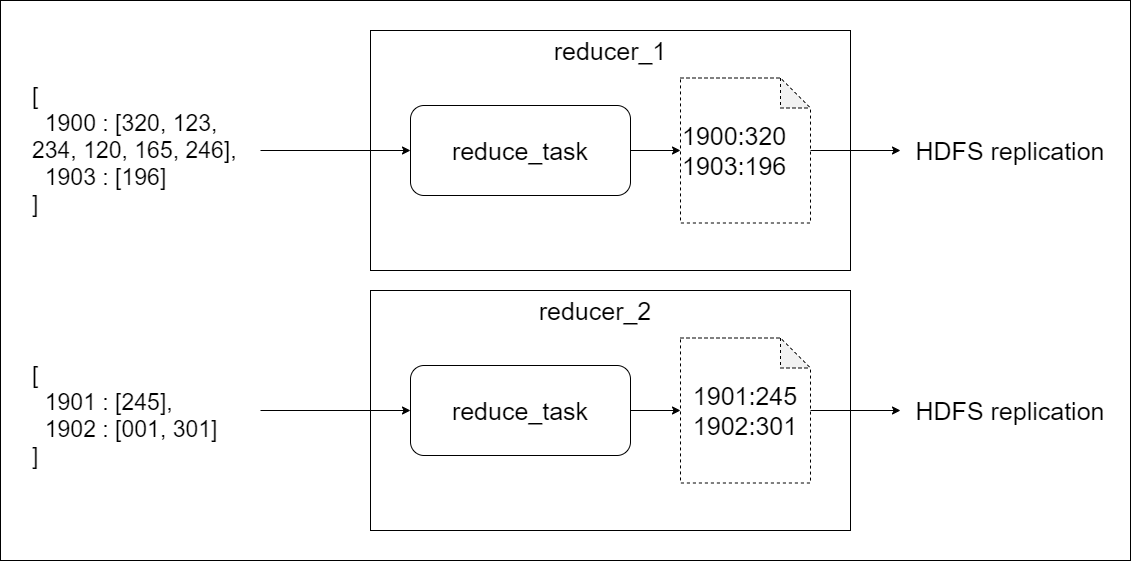
Above: lessons/img/map reduce/map reduce reduce.png in HealerMikado/panorama_big_data_2021 (draw.io), before the change. Source tidied: cells renumbered, new cells last; positions are measured from the earlier drawing's top-left corner, leaving out a move shared by most shapes.
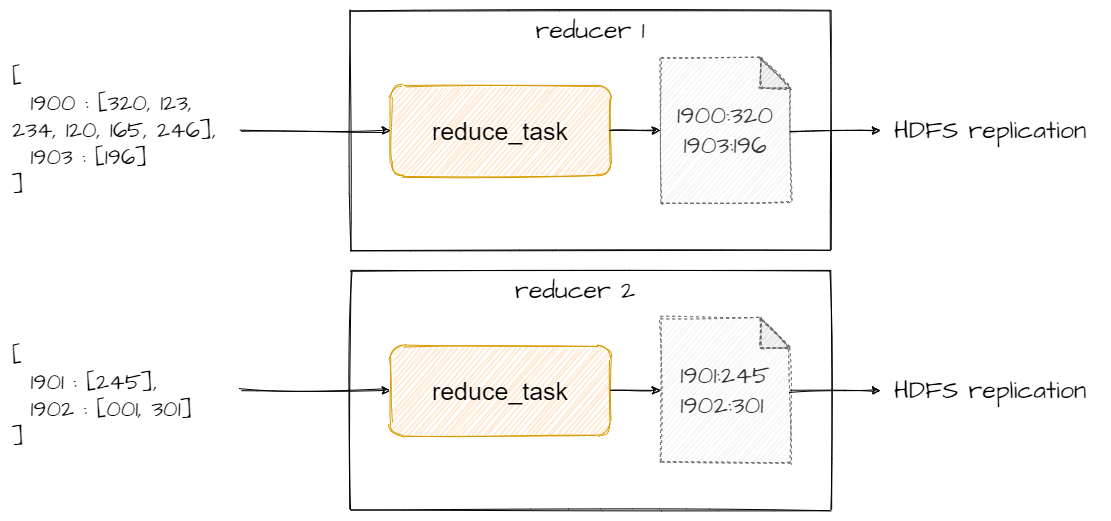
Above is the later version.

Diff of the diagram source:
```diff
@@ -2,64 +2,61 @@
   <root>
     <mxCell id="0" />
     <mxCell id="1" parent="0" />
-    <mxCell id="2" style="rounded=0;whiteSpace=wrap;html=1;fillColor=none;" parent="1" vertex="1">
-      <mxGeometry width="1130" height="560" as="geometry" />
-    </mxCell>
-    <mxCell id="3" style="rounded=0;whiteSpace=wrap;html=1;fillColor=none;" parent="1" vertex="1">
-      <mxGeometry x="370" y="30" width="480" height="240" as="geometry" />
-    </mxCell>
+    <mxCell id="21" style="rounded=0;whiteSpace=wrap;html=1;fillColor=none;sketch=1;" parent="1" vertex="1">
+      <mxGeometry x="370" y="30" width="480" height="240" as="geometry" />
+    </mxCell>
-    <mxCell id="4" value="&lt;font style=&quot;font-size: 23px&quot;&gt;[&lt;br&gt;&lt;div&gt;&lt;span&gt;&amp;nbsp; 1900 : [320, 123, 234, 120, 165, 246],&lt;/span&gt;&lt;span&gt;&amp;nbsp;&lt;/span&gt;&lt;/div&gt;&amp;nbsp; 1903 : [196]&lt;br&gt;&lt;span&gt;]&lt;/span&gt;&lt;br&gt;&lt;/font&gt;" style="text;html=1;strokeColor=none;fillColor=none;align=left;verticalAlign=middle;whiteSpace=wrap;rounded=0;" parent="1" vertex="1">
+    <mxCell id="4" value="&lt;font style=&quot;font-size: 23px&quot;&gt;[&lt;br&gt;&lt;div&gt;&lt;span&gt;&amp;nbsp; 1900 : [320, 123, 234, 120, 165, 246],&lt;/span&gt;&lt;span&gt;&amp;nbsp;&lt;/span&gt;&lt;/div&gt;&amp;nbsp; 1903 : [196]&lt;br&gt;&lt;span&gt;]&lt;/span&gt;&lt;br&gt;&lt;/font&gt;" style="text;html=1;strokeColor=none;fillColor=none;align=left;verticalAlign=middle;whiteSpace=wrap;rounded=0;fontFamily=Architects Daughter;" parent="1" vertex="1">
       <mxGeometry x="30" y="40" width="230" height="220" as="geometry" />
     </mxCell>
-    <mxCell id="5" value="&lt;div&gt;&lt;span style=&quot;font-size: 23px&quot;&gt;[&lt;/span&gt;&lt;/div&gt;&lt;div&gt;&lt;span style=&quot;font-size: 23px&quot;&gt;&amp;nbsp; 1901 : [245],&lt;/span&gt;&lt;/div&gt;&lt;span style=&quot;font-size: 23px&quot;&gt;&amp;nbsp; 1902 : [001, 301]&lt;/span&gt;&lt;span style=&quot;font-size: 23px&quot;&gt;&lt;br&gt;&lt;/span&gt;&lt;div style=&quot;font-size: 23px&quot;&gt;]&lt;/div&gt;" style="text;html=1;strokeColor=none;fillColor=none;align=left;verticalAlign=middle;whiteSpace=wrap;rounded=0;" parent="1" vertex="1">
+    <mxCell id="5" value="&lt;div&gt;&lt;span style=&quot;font-size: 23px&quot;&gt;[&lt;/span&gt;&lt;/div&gt;&lt;div&gt;&lt;span style=&quot;font-size: 23px&quot;&gt;&amp;nbsp; 1901 : [245],&lt;/span&gt;&lt;/div&gt;&lt;span style=&quot;font-size: 23px&quot;&gt;&amp;nbsp; 1902 : [001, 301]&lt;/span&gt;&lt;span style=&quot;font-size: 23px&quot;&gt;&lt;br&gt;&lt;/span&gt;&lt;div style=&quot;font-size: 23px&quot;&gt;]&lt;/div&gt;" style="text;html=1;strokeColor=none;fillColor=none;align=left;verticalAlign=middle;whiteSpace=wrap;rounded=0;fontFamily=Architects Daughter;" parent="1" vertex="1">
       <mxGeometry x="30" y="360" width="290" height="110" as="geometry" />
     </mxCell>
-    <mxCell id="6" value="&lt;font style=&quot;font-size: 25px&quot;&gt;reduce_task&lt;/font&gt;" style="rounded=1;whiteSpace=wrap;html=1;fillColor=none;" parent="1" vertex="1">
-      <mxGeometry x="410" y="105" width="220" height="90" as="geometry" />
-    </mxCell>
+    <mxCell id="22" value="&lt;font style=&quot;font-size: 25px&quot;&gt;reduce_task&lt;/font&gt;" style="rounded=1;whiteSpace=wrap;html=1;fillColor=#ffe6cc;sketch=1;strokeColor=#d79b00;" parent="1" vertex="1">
+      <mxGeometry x="410" y="105" width="220" height="90" as="geometry" />
+    </mxCell>
-    <mxCell id="7" value="&lt;font style=&quot;font-size: 25px&quot;&gt;1900:320&lt;br&gt;1903:196&lt;br&gt;&lt;/font&gt;" style="shape=note;whiteSpace=wrap;html=1;backgroundOutline=1;darkOpacity=0.05;fillColor=none;dashed=1;align=left;" parent="1" vertex="1">
+    <mxCell id="7" value="&lt;div style=&quot;&quot;&gt;&lt;span style=&quot;font-size: 25px&quot;&gt;1900:320&lt;/span&gt;&lt;/div&gt;&lt;div style=&quot;&quot;&gt;&lt;span style=&quot;font-size: 25px&quot;&gt;1903:196&lt;/span&gt;&lt;/div&gt;" style="shape=note;whiteSpace=wrap;html=1;backgroundOutline=1;darkOpacity=0.05;fillColor=#f5f5f5;dashed=1;align=center;sketch=1;strokeColor=#666666;fontColor=#333333;fontFamily=Architects Daughter;" parent="1" vertex="1">
       <mxGeometry x="680" y="77.5" width="130" height="145" as="geometry" />
     </mxCell>
-    <mxCell id="8" style="endArrow=classic;html=1;" parent="1" edge="1" source="4" target="6">
-      <mxGeometry relative="1" as="geometry" />
-    </mxCell>
-    <mxCell id="9" style="endArrow=classic;html=1;" parent="1" edge="1" source="6" target="7">
-      <mxGeometry relative="1" as="geometry" />
-    </mxCell>
-    <mxCell id="10" value="&lt;font style=&quot;font-size: 25px&quot;&gt;HDFS replication&lt;/font&gt;" style="text;html=1;strokeColor=none;fillColor=none;align=center;verticalAlign=middle;whiteSpace=wrap;rounded=0;" parent="1" vertex="1">
-      <mxGeometry x="900" y="130" width="220" height="40" as="geometry" />
-    </mxCell>
-    <mxCell id="11" style="endArrow=classic;html=1;" parent="1" edge="1" source="7" target="10">
-      <mxGeometry relative="1" as="geometry" />
-    </mxCell>
-    <mxCell id="12" style="rounded=0;whiteSpace=wrap;html=1;fillColor=none;" parent="1" vertex="1">
-      <mxGeometry x="370" y="290" width="480" height="240" as="geometry" />
-    </mxCell>
-    <mxCell id="13" value="&lt;font style=&quot;font-size: 25px&quot;&gt;reduce_task&lt;/font&gt;" style="rounded=1;whiteSpace=wrap;html=1;fillColor=none;" parent="1" vertex="1">
-      <mxGeometry x="410" y="365" width="220" height="90" as="geometry" />
-    </mxCell>
+    <mxCell id="23" style="endArrow=classic;html=1;sketch=1;" parent="1" edge="1" source="4" target="22">
+      <mxGeometry relative="1" as="geometry" />
+    </mxCell>
+    <mxCell id="24" style="endArrow=classic;html=1;sketch=1;" parent="1" edge="1" source="22" target="7">
+      <mxGeometry relative="1" as="geometry" />
+    </mxCell>
+    <mxCell id="25" value="&lt;font style=&quot;font-size: 25px&quot;&gt;HDFS replication&lt;/font&gt;" style="text;html=1;strokeColor=none;fillColor=none;align=center;verticalAlign=middle;whiteSpace=wrap;rounded=0;fontFamily=Architects Daughter;" parent="1" vertex="1">
+      <mxGeometry x="900" y="130" width="220" height="40" as="geometry" />
+    </mxCell>
+    <mxCell id="26" style="endArrow=classic;html=1;sketch=1;" parent="1" edge="1" source="7" target="25">
+      <mxGeometry relative="1" as="geometry" />
+    </mxCell>
+    <mxCell id="27" style="rounded=0;whiteSpace=wrap;html=1;fillColor=none;sketch=1;" parent="1" vertex="1">
+      <mxGeometry x="370" y="290" width="480" height="240" as="geometry" />
+    </mxCell>
+    <mxCell id="28" value="&lt;font style=&quot;font-size: 25px&quot;&gt;reduce_task&lt;/font&gt;" style="rounded=1;whiteSpace=wrap;html=1;fillColor=#ffe6cc;sketch=1;strokeColor=#d79b00;" parent="1" vertex="1">
+      <mxGeometry x="410" y="365" width="220" height="90" as="geometry" />
+    </mxCell>
-    <mxCell id="14" value="&lt;div style=&quot;text-align: left&quot;&gt;&lt;span style=&quot;font-size: 25px&quot;&gt;1901:245&lt;/span&gt;&lt;/div&gt;&lt;span style=&quot;font-size: 25px&quot;&gt;&lt;div style=&quot;text-align: left&quot;&gt;&lt;span&gt;1902:301&lt;/span&gt;&lt;/div&gt;&lt;/span&gt;" style="shape=note;whiteSpace=wrap;html=1;backgroundOutline=1;darkOpacity=0.05;fillColor=none;dashed=1;" parent="1" vertex="1">
+    <mxCell id="14" value="&lt;div style=&quot;text-align: left&quot;&gt;&lt;span style=&quot;font-size: 25px&quot;&gt;1901:245&lt;/span&gt;&lt;/div&gt;&lt;span style=&quot;font-size: 25px&quot;&gt;&lt;div style=&quot;text-align: left&quot;&gt;&lt;span&gt;1902:301&lt;/span&gt;&lt;/div&gt;&lt;/span&gt;" style="shape=note;whiteSpace=wrap;html=1;backgroundOutline=1;darkOpacity=0.05;fillColor=#f5f5f5;dashed=1;sketch=1;strokeColor=#666666;fontColor=#333333;fontFamily=Architects Daughter;" parent="1" vertex="1">
       <mxGeometry x="680" y="337.5" width="130" height="145" as="geometry" />
     </mxCell>
-    <mxCell id="15" style="endArrow=classic;html=1;" parent="1" edge="1" target="13">
-      <mxGeometry relative="1" as="geometry">
-        <mxPoint x="260" y="410" as="sourcePoint" />
-      </mxGeometry>
-    </mxCell>
-    <mxCell id="16" style="endArrow=classic;html=1;" parent="1" edge="1" source="13" target="14">
-      <mxGeometry relative="1" as="geometry" />
-    </mxCell>
-    <mxCell id="17" value="&lt;font style=&quot;font-size: 25px&quot;&gt;HDFS replication&lt;/font&gt;" style="text;html=1;strokeColor=none;fillColor=none;align=center;verticalAlign=middle;whiteSpace=wrap;rounded=0;" parent="1" vertex="1">
-      <mxGeometry x="900" y="390" width="220" height="40" as="geometry" />
-    </mxCell>
-    <mxCell id="18" style="endArrow=classic;html=1;" parent="1" edge="1" source="14" target="17">
-      <mxGeometry relative="1" as="geometry" />
-    </mxCell>
-    <mxCell id="19" value="&lt;font style=&quot;font-size: 25px&quot;&gt;reducer_1&lt;/font&gt;" style="text;html=1;strokeColor=none;fillColor=none;align=center;verticalAlign=middle;whiteSpace=wrap;rounded=0;" parent="1" vertex="1">
-      <mxGeometry x="505" y="40" width="210" height="20" as="geometry" />
-    </mxCell>
-    <mxCell id="20" value="&lt;font style=&quot;font-size: 25px&quot;&gt;reducer_2&lt;/font&gt;" style="text;html=1;strokeColor=none;fillColor=none;align=center;verticalAlign=middle;whiteSpace=wrap;rounded=0;" parent="1" vertex="1">
-      <mxGeometry x="490" y="300" width="210" height="20" as="geometry" />
-    </mxCell>
+    <mxCell id="29" style="endArrow=classic;html=1;sketch=1;" parent="1" edge="1" target="28">
+      <mxGeometry relative="1" as="geometry">
+        <mxPoint x="260" y="410" as="sourcePoint" />
+      </mxGeometry>
+    </mxCell>
+    <mxCell id="30" style="endArrow=classic;html=1;sketch=1;" parent="1" edge="1" source="28" target="14">
+      <mxGeometry relative="1" as="geometry" />
+    </mxCell>
+    <mxCell id="31" value="&lt;font style=&quot;font-size: 25px&quot;&gt;HDFS replication&lt;/font&gt;" style="text;html=1;strokeColor=none;fillColor=none;align=center;verticalAlign=middle;whiteSpace=wrap;rounded=0;fontFamily=Architects Daughter;" parent="1" vertex="1">
+      <mxGeometry x="900" y="390" width="220" height="40" as="geometry" />
+    </mxCell>
+    <mxCell id="32" style="endArrow=classic;html=1;sketch=1;" parent="1" edge="1" source="14" target="31">
+      <mxGeometry relative="1" as="geometry" />
+    </mxCell>
+    <mxCell id="33" value="&lt;font style=&quot;font-size: 25px&quot;&gt;reducer 1&lt;/font&gt;" style="text;html=1;strokeColor=none;fillColor=none;align=center;verticalAlign=middle;whiteSpace=wrap;rounded=0;sketch=1;fontFamily=Architects Daughter;" parent="1" vertex="1">
+      <mxGeometry x="505" y="40" width="210" height="20" as="geometry" />
+    </mxCell>
+    <mxCell id="34" value="&lt;font style=&quot;font-size: 25px&quot;&gt;reducer 2&lt;/font&gt;" style="text;html=1;strokeColor=none;fillColor=none;align=center;verticalAlign=middle;whiteSpace=wrap;rounded=0;sketch=1;fontFamily=Architects Daughter;" parent="1" vertex="1">
+      <mxGeometry x="490" y="300" width="210" height="20" as="geometry" />
+    </mxCell>
   </root>
 </mxGraphModel>
```
